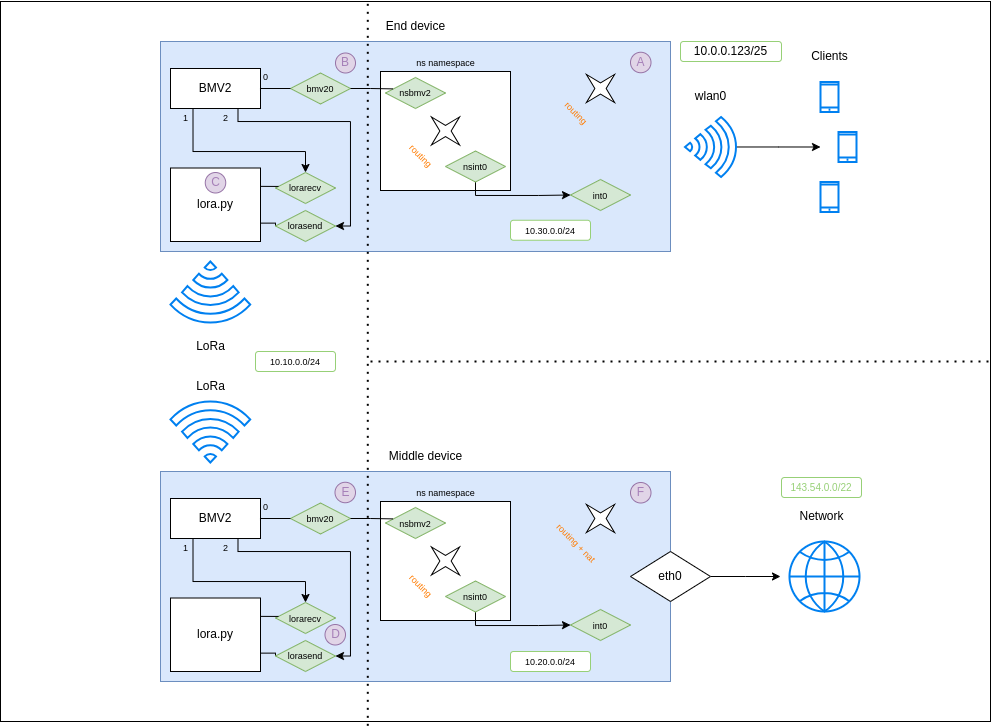
Before: Documentation/assets/network-PLEN.png, a diagram exported from draw.io (ComputerNetworks-UFRGS/Programmable_Low_End_Networks). Source tidied: cells renumbered, new cells last; positions are measured from the earlier drawing's top-left corner, leaving out a move shared by most shapes.
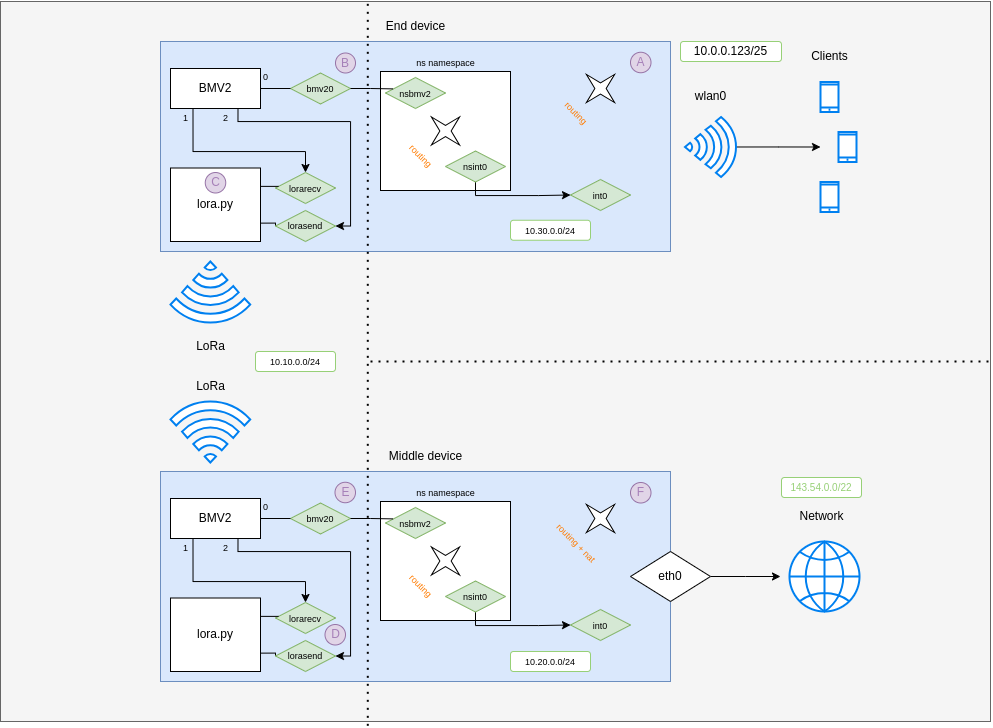
After the change.

Commit message:
🍱 updates network description

The edit, as a diff of the source:
```diff
@@ -2,7 +2,7 @@
   <root>
     <mxCell id="0" />
     <mxCell id="1" parent="0" />
-    <mxCell id="2" style="rounded=0;whiteSpace=wrap;html=1;fillColor=none;fontStyle=1;" parent="1" vertex="1">
+    <mxCell id="2" style="rounded=0;whiteSpace=wrap;html=1;fillColor=#f5f5f5;fontStyle=1;fontColor=#333333;strokeColor=#666666;" parent="1" vertex="1">
       <mxGeometry width="990" height="720" as="geometry" />
     </mxCell>
     <mxCell id="3" style="rounded=0;whiteSpace=wrap;html=1;fillColor=#dae8fc;strokeColor=#6c8ebf;" parent="1" vertex="1">
```
